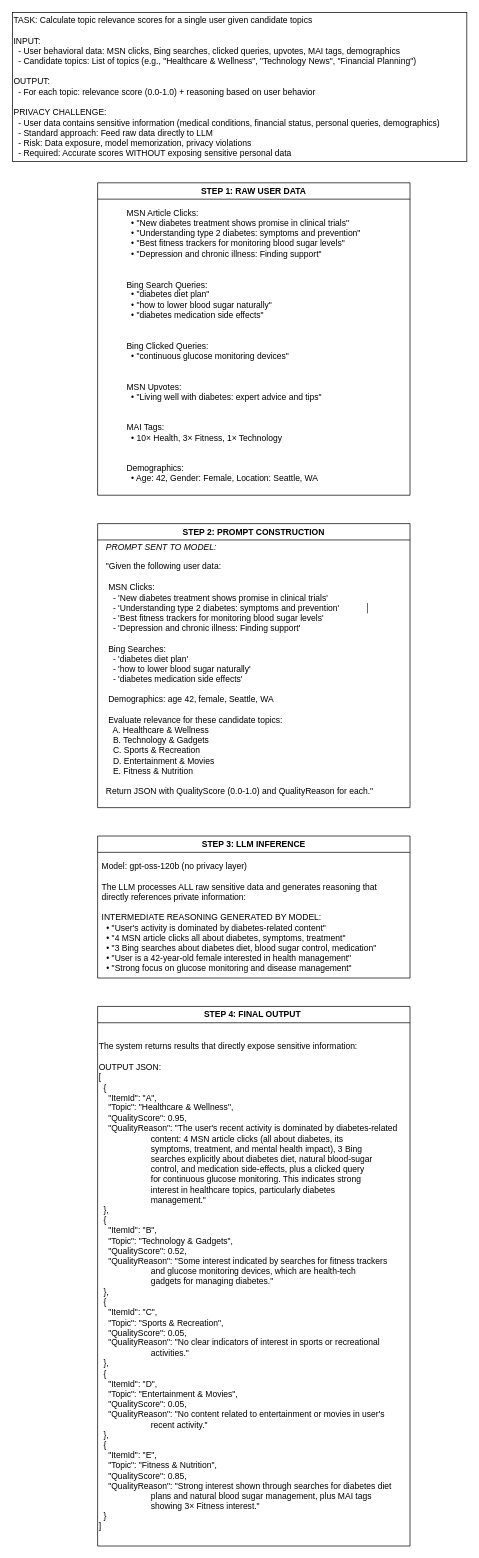
The draw.io diagram examples/no_privacy_pipeline.drawio in overwindows/ensemble_privacy_pipeline, before the edit. Source tidied: cells renumbered, new cells numbered last; positions are measured from the earlier drawing's top-left corner, leaving out a move shared by most shapes. Both pictures are drawn from the tidied source at 71%, with x=0, y=0 at pixel (12, 12).
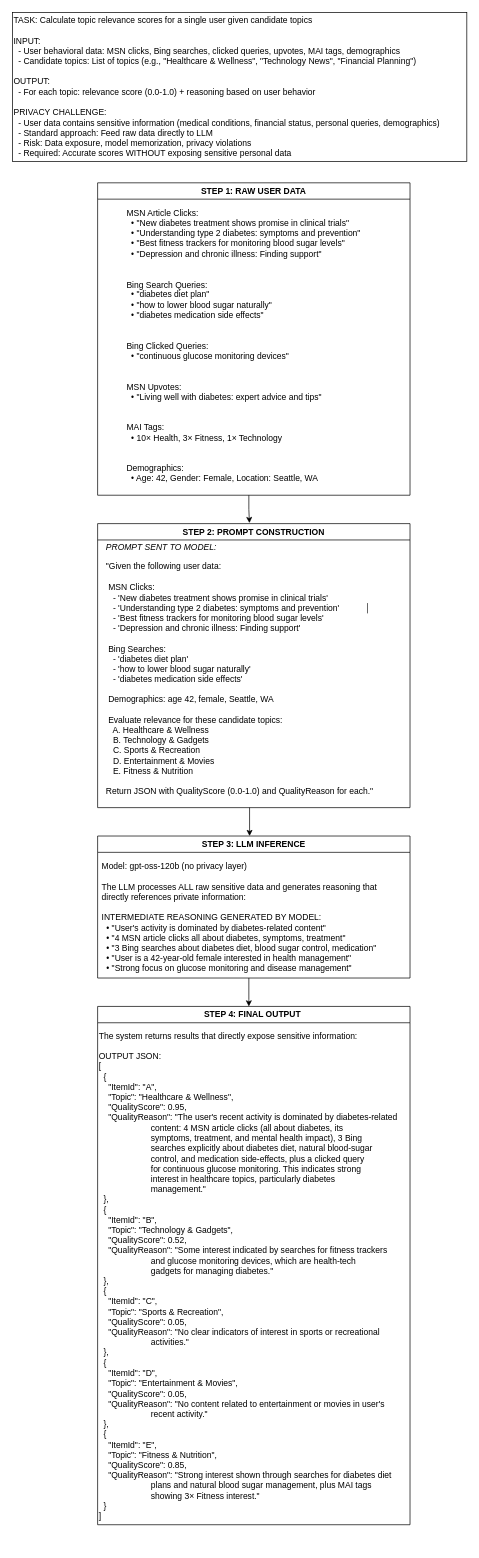
The same page after the edit.

Change to the diagram source:
```diff
@@
 <mxGraphModel>
   <root>
     <mxCell id="0" />
     <mxCell id="1" parent="0" />
     <mxCell id="2" value="&lt;div&gt;TASK: Calculate topic relevance scores for a single user given candidate topics&lt;/div&gt;&lt;div&gt;&lt;br&gt;&lt;/div&gt;&lt;div&gt;INPUT:&lt;/div&gt;&lt;div&gt;&amp;nbsp; - User behavioral data: MSN clicks, Bing searches, clicked queries, upvotes,&amp;nbsp;&lt;span style=&quot;background-color: transparent; color: light-dark(rgb(0, 0, 0), rgb(255, 255, 255));&quot;&gt;MAI tags, demographics&lt;/span&gt;&lt;/div&gt;&lt;div&gt;&amp;nbsp; - Candidate topics: List of topics (e.g., &quot;Healthcare &amp;amp; Wellness&quot;,&amp;nbsp;&lt;span style=&quot;background-color: transparent; color: light-dark(rgb(0, 0, 0), rgb(255, 255, 255));&quot;&gt;&quot;Technology News&quot;, &quot;Financial Planning&quot;)&lt;/span&gt;&lt;/div&gt;&lt;div&gt;&lt;br&gt;&lt;/div&gt;&lt;div&gt;OUTPUT:&lt;/div&gt;&lt;div&gt;&amp;nbsp; - For each topic: relevance score (0.0-1.0) + reasoning based on user behavior&lt;/div&gt;&lt;div&gt;&lt;br&gt;&lt;/div&gt;&lt;div&gt;PRIVACY CHALLENGE:&lt;/div&gt;&lt;div&gt;&amp;nbsp; - User data contains sensitive information (medical conditions, financial&amp;nbsp;&lt;span style=&quot;background-color: transparent; color: light-dark(rgb(0, 0, 0), rgb(255, 255, 255));&quot;&gt;status, personal queries, demographics)&lt;/span&gt;&lt;/div&gt;&lt;div&gt;&amp;nbsp; - Standard approach: Feed raw data directly to LLM&lt;/div&gt;&lt;div&gt;&amp;nbsp; - Risk: Data exposure, model memorization, privacy violations&lt;/div&gt;&lt;div&gt;&amp;nbsp; - Required: Accurate scores WITHOUT exposing sensitive personal data&lt;/div&gt;" style="rounded=0;whiteSpace=wrap;html=1;align=left;" parent="1" vertex="1">
       <mxGeometry width="640" height="210" as="geometry" />
     </mxCell>
     <mxCell id="3" value="STEP 1: RAW USER DATA" style="swimlane;whiteSpace=wrap;html=1;" parent="1" vertex="1">
       <mxGeometry x="120" y="240" width="440" height="440" as="geometry" />
     </mxCell>
     <mxCell id="4" value="MSN Article Clicks:&#10;&amp;nbsp; • &quot;New diabetes treatment shows promise in clinical trials&quot;&#10;&amp;nbsp; • &quot;Understanding type 2 diabetes: symptoms and prevention&quot;&#10;&amp;nbsp; • &quot;Best fitness trackers for monitoring blood sugar levels&quot;&#10;&amp;nbsp; • &quot;Depression and chronic illness: Finding support&quot;&#10;&#10;&#10;Bing Search Queries:&#10;&amp;nbsp; • &quot;diabetes diet plan&quot;&#10;&amp;nbsp; • &quot;how to lower blood sugar naturally&quot;&#10;&amp;nbsp; • &quot;diabetes medication side effects&quot;&#10;&#10;&#10;Bing Clicked Queries:&#10;&amp;nbsp; • &quot;continuous glucose monitoring devices&quot;&#10;&#10;&#10;MSN Upvotes:&#10;&amp;nbsp; • &quot;Living well with diabetes: expert advice and tips&quot;&#10;&#10;&#10;MAI Tags:&#10;&amp;nbsp; • 10× Health, 3× Fitness, 1× Technology&#10;&#10;&#10;Demographics:&#10;&amp;nbsp; • Age: 42, Gender: Female, Location: Seattle, WA" style="text;html=1;align=left;verticalAlign=middle;strokeColor=none;fillColor=none;" parent="1" vertex="1">
       <mxGeometry x="159" y="270" width="350" height="400" as="geometry" />
     </mxCell>
     <mxCell id="5" value="STEP 2: PROMPT CONSTRUCTION" style="swimlane;whiteSpace=wrap;html=1;align=center;" parent="1" vertex="1">
       <mxGeometry x="120" y="720" width="440" height="400" as="geometry" />
     </mxCell>
     <mxCell id="6" value="&lt;div&gt;&lt;i&gt;&amp;nbsp; &amp;nbsp;PROMPT SENT TO MODEL:&amp;nbsp; &amp;nbsp; &amp;nbsp; &amp;nbsp; &amp;nbsp; &amp;nbsp; &amp;nbsp; &amp;nbsp; &amp;nbsp; &amp;nbsp; &amp;nbsp; &amp;nbsp; &amp;nbsp; &amp;nbsp; &amp;nbsp; &amp;nbsp; &amp;nbsp; &amp;nbsp; &amp;nbsp; &amp;nbsp; &amp;nbsp; &amp;nbsp; &amp;nbsp; &amp;nbsp; &amp;nbsp;&amp;nbsp;&lt;/i&gt;&lt;/div&gt;&lt;div&gt;&amp;nbsp; &amp;nbsp; &amp;nbsp; &amp;nbsp; &amp;nbsp; &amp;nbsp; &amp;nbsp; &amp;nbsp; &amp;nbsp; &amp;nbsp; &amp;nbsp; &amp;nbsp; &amp;nbsp; &amp;nbsp; &amp;nbsp; &amp;nbsp; &amp;nbsp; &amp;nbsp; &amp;nbsp; &amp;nbsp; &amp;nbsp; &amp;nbsp; &amp;nbsp; &amp;nbsp; &amp;nbsp; &amp;nbsp; &amp;nbsp; &amp;nbsp; &amp;nbsp; &amp;nbsp; &amp;nbsp; &amp;nbsp; &amp;nbsp; &amp;nbsp; &amp;nbsp; &amp;nbsp; &amp;nbsp;&amp;nbsp;&lt;/div&gt;&lt;div&gt;&amp;nbsp; &amp;nbsp;&quot;Given the following user data:&amp;nbsp; &amp;nbsp; &amp;nbsp; &amp;nbsp; &amp;nbsp; &amp;nbsp; &amp;nbsp; &amp;nbsp; &amp;nbsp; &amp;nbsp; &amp;nbsp; &amp;nbsp; &amp;nbsp; &amp;nbsp; &amp;nbsp; &amp;nbsp; &amp;nbsp; &amp;nbsp; &amp;nbsp; &amp;nbsp; &amp;nbsp;&lt;/div&gt;&lt;div&gt;&amp;nbsp; &amp;nbsp; &amp;nbsp; &amp;nbsp; &amp;nbsp; &amp;nbsp; &amp;nbsp; &amp;nbsp; &amp;nbsp; &amp;nbsp; &amp;nbsp; &amp;nbsp; &amp;nbsp; &amp;nbsp; &amp;nbsp; &amp;nbsp; &amp;nbsp; &amp;nbsp; &amp;nbsp; &amp;nbsp; &amp;nbsp; &amp;nbsp; &amp;nbsp; &amp;nbsp; &amp;nbsp; &amp;nbsp; &amp;nbsp; &amp;nbsp; &amp;nbsp; &amp;nbsp; &amp;nbsp; &amp;nbsp; &amp;nbsp; &amp;nbsp; &amp;nbsp; &amp;nbsp; &amp;nbsp;&amp;nbsp;&lt;/div&gt;&lt;div&gt;&amp;nbsp; &amp;nbsp; MSN Clicks:&amp;nbsp; &amp;nbsp; &amp;nbsp; &amp;nbsp; &amp;nbsp; &amp;nbsp; &amp;nbsp; &amp;nbsp; &amp;nbsp; &amp;nbsp; &amp;nbsp; &amp;nbsp; &amp;nbsp; &amp;nbsp; &amp;nbsp; &amp;nbsp; &amp;nbsp; &amp;nbsp; &amp;nbsp; &amp;nbsp; &amp;nbsp; &amp;nbsp; &amp;nbsp; &amp;nbsp; &amp;nbsp; &amp;nbsp; &amp;nbsp; &amp;nbsp; &amp;nbsp; &amp;nbsp;&amp;nbsp;&lt;/div&gt;&lt;div&gt;&amp;nbsp; &amp;nbsp; &amp;nbsp; - 'New diabetes treatment shows promise in clinical trials'&amp;nbsp; &amp;nbsp; &amp;nbsp; &amp;nbsp; &amp;nbsp;&amp;nbsp;&lt;/div&gt;&lt;div&gt;&amp;nbsp; &amp;nbsp; &amp;nbsp; - 'Understanding type 2 diabetes: symptoms and prevention'&amp;nbsp; &amp;nbsp; &amp;nbsp; &amp;nbsp; &amp;nbsp; &amp;nbsp;│&lt;/div&gt;&lt;div&gt;&amp;nbsp; &amp;nbsp; &amp;nbsp; - 'Best fitness trackers for monitoring blood sugar levels'&amp;nbsp; &amp;nbsp; &amp;nbsp; &amp;nbsp; &amp;nbsp;&amp;nbsp;&lt;/div&gt;&lt;div&gt;&amp;nbsp; &amp;nbsp; &amp;nbsp; - 'Depression and chronic illness: Finding support'&amp;nbsp; &amp;nbsp; &amp;nbsp; &amp;nbsp; &amp;nbsp; &amp;nbsp; &amp;nbsp; &amp;nbsp; &amp;nbsp;&amp;nbsp;&lt;/div&gt;&lt;div&gt;&amp;nbsp; &amp;nbsp; &amp;nbsp; &amp;nbsp; &amp;nbsp; &amp;nbsp; &amp;nbsp; &amp;nbsp; &amp;nbsp; &amp;nbsp; &amp;nbsp; &amp;nbsp; &amp;nbsp; &amp;nbsp; &amp;nbsp; &amp;nbsp; &amp;nbsp; &amp;nbsp; &amp;nbsp; &amp;nbsp; &amp;nbsp; &amp;nbsp; &amp;nbsp; &amp;nbsp; &amp;nbsp; &amp;nbsp; &amp;nbsp; &amp;nbsp; &amp;nbsp; &amp;nbsp; &amp;nbsp; &amp;nbsp; &amp;nbsp; &amp;nbsp; &amp;nbsp; &amp;nbsp; &amp;nbsp; &amp;nbsp;&lt;/div&gt;&lt;div&gt;&amp;nbsp; &amp;nbsp; Bing Searches:&amp;nbsp; &amp;nbsp; &amp;nbsp; &amp;nbsp; &amp;nbsp; &amp;nbsp; &amp;nbsp; &amp;nbsp; &amp;nbsp; &amp;nbsp; &amp;nbsp; &amp;nbsp; &amp;nbsp; &amp;nbsp; &amp;nbsp; &amp;nbsp; &amp;nbsp; &amp;nbsp; &amp;nbsp; &amp;nbsp; &amp;nbsp; &amp;nbsp; &amp;nbsp; &amp;nbsp; &amp;nbsp; &amp;nbsp; &amp;nbsp; &amp;nbsp; &amp;nbsp;&lt;/div&gt;&lt;div&gt;&amp;nbsp; &amp;nbsp; &amp;nbsp; - 'diabetes diet plan'&amp;nbsp; &amp;nbsp; &amp;nbsp; &amp;nbsp; &amp;nbsp; &amp;nbsp; &amp;nbsp; &amp;nbsp; &amp;nbsp; &amp;nbsp; &amp;nbsp; &amp;nbsp; &amp;nbsp; &amp;nbsp; &amp;nbsp; &amp;nbsp; &amp;nbsp; &amp;nbsp; &amp;nbsp; &amp;nbsp; &amp;nbsp; &amp;nbsp; &amp;nbsp; &amp;nbsp;&lt;/div&gt;&lt;div&gt;&amp;nbsp; &amp;nbsp; &amp;nbsp; - 'how to lower blood sugar naturally'&amp;nbsp; &amp;nbsp; &amp;nbsp; &amp;nbsp; &amp;nbsp; &amp;nbsp; &amp;nbsp; &amp;nbsp; &amp;nbsp; &amp;nbsp; &amp;nbsp; &amp;nbsp; &amp;nbsp; &amp;nbsp; &amp;nbsp; &amp;nbsp;&lt;/div&gt;&lt;div&gt;&amp;nbsp; &amp;nbsp; &amp;nbsp; - 'diabetes medication side effects'&amp;nbsp; &amp;nbsp; &amp;nbsp; &amp;nbsp; &amp;nbsp; &amp;nbsp; &amp;nbsp; &amp;nbsp; &amp;nbsp; &amp;nbsp; &amp;nbsp; &amp;nbsp; &amp;nbsp; &amp;nbsp; &amp;nbsp; &amp;nbsp; &amp;nbsp;&lt;/div&gt;&lt;div&gt;&amp;nbsp; &amp;nbsp; &amp;nbsp; &amp;nbsp; &amp;nbsp; &amp;nbsp; &amp;nbsp; &amp;nbsp; &amp;nbsp; &amp;nbsp; &amp;nbsp; &amp;nbsp; &amp;nbsp; &amp;nbsp; &amp;nbsp; &amp;nbsp; &amp;nbsp; &amp;nbsp; &amp;nbsp; &amp;nbsp; &amp;nbsp; &amp;nbsp; &amp;nbsp; &amp;nbsp; &amp;nbsp; &amp;nbsp; &amp;nbsp; &amp;nbsp; &amp;nbsp; &amp;nbsp; &amp;nbsp; &amp;nbsp; &amp;nbsp; &amp;nbsp; &amp;nbsp; &amp;nbsp; &amp;nbsp; &amp;nbsp;&lt;/div&gt;&lt;div&gt;&amp;nbsp; &amp;nbsp; Demographics: age 42, female, Seattle, WA&amp;nbsp; &amp;nbsp; &amp;nbsp; &amp;nbsp; &amp;nbsp; &amp;nbsp; &amp;nbsp; &amp;nbsp; &amp;nbsp; &amp;nbsp; &amp;nbsp; &amp;nbsp; &amp;nbsp; &amp;nbsp; &amp;nbsp;&amp;nbsp;&lt;/div&gt;&lt;div&gt;&amp;nbsp; &amp;nbsp; &amp;nbsp; &amp;nbsp; &amp;nbsp; &amp;nbsp; &amp;nbsp; &amp;nbsp; &amp;nbsp; &amp;nbsp; &amp;nbsp; &amp;nbsp; &amp;nbsp; &amp;nbsp; &amp;nbsp; &amp;nbsp; &amp;nbsp; &amp;nbsp; &amp;nbsp; &amp;nbsp; &amp;nbsp; &amp;nbsp; &amp;nbsp; &amp;nbsp; &amp;nbsp; &amp;nbsp; &amp;nbsp; &amp;nbsp; &amp;nbsp; &amp;nbsp; &amp;nbsp; &amp;nbsp; &amp;nbsp; &amp;nbsp; &amp;nbsp; &amp;nbsp; &amp;nbsp; &amp;nbsp;&lt;/div&gt;&lt;div&gt;&amp;nbsp; &amp;nbsp; Evaluate relevance for these candidate topics:&amp;nbsp; &amp;nbsp; &amp;nbsp; &amp;nbsp; &amp;nbsp; &amp;nbsp; &amp;nbsp; &amp;nbsp; &amp;nbsp; &amp;nbsp; &amp;nbsp; &amp;nbsp; &amp;nbsp;&lt;/div&gt;&lt;div&gt;&amp;nbsp; &amp;nbsp; &amp;nbsp; A. Healthcare &amp;amp; Wellness&amp;nbsp; &amp;nbsp; &amp;nbsp; &amp;nbsp; &amp;nbsp; &amp;nbsp; &amp;nbsp; &amp;nbsp; &amp;nbsp; &amp;nbsp; &amp;nbsp; &amp;nbsp; &amp;nbsp; &amp;nbsp; &amp;nbsp; &amp;nbsp; &amp;nbsp; &amp;nbsp; &amp;nbsp; &amp;nbsp; &amp;nbsp; &amp;nbsp; &amp;nbsp;&lt;/div&gt;&lt;div&gt;&amp;nbsp; &amp;nbsp; &amp;nbsp; B. Technology &amp;amp; Gadgets&amp;nbsp; &amp;nbsp; &amp;nbsp; &amp;nbsp; &amp;nbsp; &amp;nbsp; &amp;nbsp; &amp;nbsp; &amp;nbsp; &amp;nbsp; &amp;nbsp; &amp;nbsp; &amp;nbsp; &amp;nbsp; &amp;nbsp; &amp;nbsp; &amp;nbsp; &amp;nbsp; &amp;nbsp; &amp;nbsp; &amp;nbsp; &amp;nbsp; &amp;nbsp;&amp;nbsp;&lt;/div&gt;&lt;div&gt;&amp;nbsp; &amp;nbsp; &amp;nbsp; C. Sports &amp;amp; Recreation&amp;nbsp; &amp;nbsp; &amp;nbsp; &amp;nbsp; &amp;nbsp; &amp;nbsp; &amp;nbsp; &amp;nbsp; &amp;nbsp; &amp;nbsp; &amp;nbsp; &amp;nbsp; &amp;nbsp; &amp;nbsp; &amp;nbsp; &amp;nbsp; &amp;nbsp; &amp;nbsp; &amp;nbsp; &amp;nbsp; &amp;nbsp; &amp;nbsp; &amp;nbsp; &amp;nbsp;&lt;/div&gt;&lt;div&gt;&amp;nbsp; &amp;nbsp; &amp;nbsp; D. Entertainment &amp;amp; Movies&amp;nbsp; &amp;nbsp; &amp;nbsp; &amp;nbsp; &amp;nbsp; &amp;nbsp; &amp;nbsp; &amp;nbsp; &amp;nbsp; &amp;nbsp; &amp;nbsp; &amp;nbsp; &amp;nbsp; &amp;nbsp; &amp;nbsp; &amp;nbsp; &amp;nbsp; &amp;nbsp; &amp;nbsp; &amp;nbsp; &amp;nbsp; &amp;nbsp;&amp;nbsp;&lt;/div&gt;&lt;div&gt;&amp;nbsp; &amp;nbsp; &amp;nbsp; E. Fitness &amp;amp; Nutrition&amp;nbsp; &amp;nbsp; &amp;nbsp; &amp;nbsp; &amp;nbsp; &amp;nbsp; &amp;nbsp; &amp;nbsp; &amp;nbsp; &amp;nbsp; &amp;nbsp; &amp;nbsp; &amp;nbsp; &amp;nbsp; &amp;nbsp; &amp;nbsp; &amp;nbsp; &amp;nbsp; &amp;nbsp; &amp;nbsp; &amp;nbsp; &amp;nbsp; &amp;nbsp; &amp;nbsp;&lt;/div&gt;&lt;div&gt;&amp;nbsp; &amp;nbsp; &amp;nbsp; &amp;nbsp; &amp;nbsp; &amp;nbsp; &amp;nbsp; &amp;nbsp; &amp;nbsp; &amp;nbsp; &amp;nbsp; &amp;nbsp; &amp;nbsp; &amp;nbsp; &amp;nbsp; &amp;nbsp; &amp;nbsp; &amp;nbsp; &amp;nbsp; &amp;nbsp; &amp;nbsp; &amp;nbsp; &amp;nbsp; &amp;nbsp; &amp;nbsp; &amp;nbsp; &amp;nbsp; &amp;nbsp; &amp;nbsp; &amp;nbsp; &amp;nbsp; &amp;nbsp; &amp;nbsp; &amp;nbsp; &amp;nbsp; &amp;nbsp; &amp;nbsp; &amp;nbsp;&lt;/div&gt;&lt;div&gt;&amp;nbsp; &amp;nbsp;Return JSON with QualityScore (0.0-1.0) and QualityReason for each.&quot;&amp;nbsp;&lt;/div&gt;" style="text;html=1;align=left;verticalAlign=middle;whiteSpace=wrap;rounded=0;" parent="5" vertex="1">
       <mxGeometry y="30" width="410" height="350" as="geometry" />
     </mxCell>
     <mxCell id="7" value="STEP 3: LLM INFERENCE" style="swimlane;whiteSpace=wrap;html=1;" parent="1" vertex="1">
       <mxGeometry x="120" y="1160" width="440" height="200" as="geometry" />
     </mxCell>
     <mxCell id="8" value="&lt;div&gt;Model: gpt-oss-120b (no privacy layer)&lt;/div&gt;&lt;div&gt;&lt;br&gt;&lt;/div&gt;&lt;div&gt;The LLM processes ALL raw sensitive data and generates reasoning that directly&amp;nbsp;&lt;span style=&quot;background-color: transparent; color: light-dark(rgb(0, 0, 0), rgb(255, 255, 255));&quot;&gt;references private information:&lt;/span&gt;&lt;/div&gt;&lt;div&gt;&lt;br&gt;&lt;/div&gt;&lt;div&gt;INTERMEDIATE REASONING GENERATED BY MODEL:&lt;/div&gt;&lt;div&gt;&amp;nbsp; • &quot;User's activity is dominated by diabetes-related content&quot;&lt;/div&gt;&lt;div&gt;&amp;nbsp; • &quot;4 MSN article clicks all about diabetes, symptoms, treatment&quot;&lt;/div&gt;&lt;div&gt;&amp;nbsp; • &quot;3 Bing searches about diabetes diet, blood sugar control, medication&quot;&lt;/div&gt;&lt;div&gt;&amp;nbsp; • &quot;User is a 42-year-old female interested in health management&quot;&lt;/div&gt;&lt;div&gt;&amp;nbsp; • &quot;Strong focus on glucose monitoring and disease management&quot;&lt;/div&gt;" style="text;html=1;align=left;verticalAlign=middle;whiteSpace=wrap;rounded=0;" parent="7" vertex="1">
       <mxGeometry x="4" y="100" width="420" height="30" as="geometry" />
     </mxCell>
     <mxCell id="9" value="STEP 4: FINAL OUTPUT&amp;nbsp;" style="swimlane;whiteSpace=wrap;html=1;" parent="1" vertex="1">
-      <mxGeometry x="120" y="1400" width="440" height="760" as="geometry" />
+      <mxGeometry x="120" y="1400" width="440" height="730" as="geometry" />
     </mxCell>
     <mxCell id="10" value="&lt;div&gt;The system returns results that directly expose sensitive information:&lt;/div&gt;&lt;div&gt;&lt;br&gt;&lt;/div&gt;&lt;div&gt;OUTPUT JSON:&lt;/div&gt;&lt;div&gt;[&lt;/div&gt;&lt;div&gt;&amp;nbsp; {&lt;/div&gt;&lt;div&gt;&amp;nbsp; &amp;nbsp; &quot;ItemId&quot;: &quot;A&quot;,&lt;/div&gt;&lt;div&gt;&amp;nbsp; &amp;nbsp; &quot;Topic&quot;: &quot;Healthcare &amp;amp; Wellness&quot;,&lt;/div&gt;&lt;div&gt;&amp;nbsp; &amp;nbsp; &quot;QualityScore&quot;: 0.95,&lt;/div&gt;&lt;div&gt;&amp;nbsp; &amp;nbsp; &quot;QualityReason&quot;: &quot;The user's recent activity is dominated by diabetes-related&lt;/div&gt;&lt;div&gt;&amp;nbsp; &amp;nbsp; &amp;nbsp; &amp;nbsp; &amp;nbsp; &amp;nbsp; &amp;nbsp; &amp;nbsp; &amp;nbsp; &amp;nbsp; &amp;nbsp; content: 4 MSN article clicks (all about diabetes, its&lt;/div&gt;&lt;div&gt;&amp;nbsp; &amp;nbsp; &amp;nbsp; &amp;nbsp; &amp;nbsp; &amp;nbsp; &amp;nbsp; &amp;nbsp; &amp;nbsp; &amp;nbsp; &amp;nbsp; symptoms, treatment, and mental health impact), 3 Bing&lt;/div&gt;&lt;div&gt;&amp;nbsp; &amp;nbsp; &amp;nbsp; &amp;nbsp; &amp;nbsp; &amp;nbsp; &amp;nbsp; &amp;nbsp; &amp;nbsp; &amp;nbsp; &amp;nbsp; searches explicitly about diabetes diet, natural blood-sugar&lt;/div&gt;&lt;div&gt;&amp;nbsp; &amp;nbsp; &amp;nbsp; &amp;nbsp; &amp;nbsp; &amp;nbsp; &amp;nbsp; &amp;nbsp; &amp;nbsp; &amp;nbsp; &amp;nbsp; control, and medication side-effects, plus a clicked query&lt;/div&gt;&lt;div&gt;&amp;nbsp; &amp;nbsp; &amp;nbsp; &amp;nbsp; &amp;nbsp; &amp;nbsp; &amp;nbsp; &amp;nbsp; &amp;nbsp; &amp;nbsp; &amp;nbsp; for continuous glucose monitoring. This indicates strong&lt;/div&gt;&lt;div&gt;&amp;nbsp; &amp;nbsp; &amp;nbsp; &amp;nbsp; &amp;nbsp; &amp;nbsp; &amp;nbsp; &amp;nbsp; &amp;nbsp; &amp;nbsp; &amp;nbsp; interest in healthcare topics, particularly diabetes&lt;/div&gt;&lt;div&gt;&amp;nbsp; &amp;nbsp; &amp;nbsp; &amp;nbsp; &amp;nbsp; &amp;nbsp; &amp;nbsp; &amp;nbsp; &amp;nbsp; &amp;nbsp; &amp;nbsp; management.&quot;&lt;/div&gt;&lt;div&gt;&amp;nbsp; },&lt;/div&gt;&lt;div&gt;&amp;nbsp; {&lt;/div&gt;&lt;div&gt;&amp;nbsp; &amp;nbsp; &quot;ItemId&quot;: &quot;B&quot;,&lt;/div&gt;&lt;div&gt;&amp;nbsp; &amp;nbsp; &quot;Topic&quot;: &quot;Technology &amp;amp; Gadgets&quot;,&lt;/div&gt;&lt;div&gt;&amp;nbsp; &amp;nbsp; &quot;QualityScore&quot;: 0.52,&lt;/div&gt;&lt;div&gt;&amp;nbsp; &amp;nbsp; &quot;QualityReason&quot;: &quot;Some interest indicated by searches for fitness trackers&lt;/div&gt;&lt;div&gt;&amp;nbsp; &amp;nbsp; &amp;nbsp; &amp;nbsp; &amp;nbsp; &amp;nbsp; &amp;nbsp; &amp;nbsp; &amp;nbsp; &amp;nbsp; &amp;nbsp; and glucose monitoring devices, which are health-tech&lt;/div&gt;&lt;div&gt;&amp;nbsp; &amp;nbsp; &amp;nbsp; &amp;nbsp; &amp;nbsp; &amp;nbsp; &amp;nbsp; &amp;nbsp; &amp;nbsp; &amp;nbsp; &amp;nbsp; gadgets for managing diabetes.&quot;&lt;/div&gt;&lt;div&gt;&amp;nbsp; },&lt;/div&gt;&lt;div&gt;&amp;nbsp; {&lt;/div&gt;&lt;div&gt;&amp;nbsp; &amp;nbsp; &quot;ItemId&quot;: &quot;C&quot;,&lt;/div&gt;&lt;div&gt;&amp;nbsp; &amp;nbsp; &quot;Topic&quot;: &quot;Sports &amp;amp; Recreation&quot;,&lt;/div&gt;&lt;div&gt;&amp;nbsp; &amp;nbsp; &quot;QualityScore&quot;: 0.05,&lt;/div&gt;&lt;div&gt;&amp;nbsp; &amp;nbsp; &quot;QualityReason&quot;: &quot;No clear indicators of interest in sports or recreational&lt;/div&gt;&lt;div&gt;&amp;nbsp; &amp;nbsp; &amp;nbsp; &amp;nbsp; &amp;nbsp; &amp;nbsp; &amp;nbsp; &amp;nbsp; &amp;nbsp; &amp;nbsp; &amp;nbsp; activities.&quot;&lt;/div&gt;&lt;div&gt;&amp;nbsp; },&lt;/div&gt;&lt;div&gt;&amp;nbsp; {&lt;/div&gt;&lt;div&gt;&amp;nbsp; &amp;nbsp; &quot;ItemId&quot;: &quot;D&quot;,&lt;/div&gt;&lt;div&gt;&amp;nbsp; &amp;nbsp; &quot;Topic&quot;: &quot;Entertainment &amp;amp; Movies&quot;,&lt;/div&gt;&lt;div&gt;&amp;nbsp; &amp;nbsp; &quot;QualityScore&quot;: 0.05,&lt;/div&gt;&lt;div&gt;&amp;nbsp; &amp;nbsp; &quot;QualityReason&quot;: &quot;No content related to entertainment or movies in user's&lt;/div&gt;&lt;div&gt;&amp;nbsp; &amp;nbsp; &amp;nbsp; &amp;nbsp; &amp;nbsp; &amp;nbsp; &amp;nbsp; &amp;nbsp; &amp;nbsp; &amp;nbsp; &amp;nbsp; recent activity.&quot;&lt;/div&gt;&lt;div&gt;&amp;nbsp; },&lt;/div&gt;&lt;div&gt;&amp;nbsp; {&lt;/div&gt;&lt;div&gt;&amp;nbsp; &amp;nbsp; &quot;ItemId&quot;: &quot;E&quot;,&lt;/div&gt;&lt;div&gt;&amp;nbsp; &amp;nbsp; &quot;Topic&quot;: &quot;Fitness &amp;amp; Nutrition&quot;,&lt;/div&gt;&lt;div&gt;&amp;nbsp; &amp;nbsp; &quot;QualityScore&quot;: 0.85,&lt;/div&gt;&lt;div&gt;&amp;nbsp; &amp;nbsp; &quot;QualityReason&quot;: &quot;Strong interest shown through searches for diabetes diet&lt;/div&gt;&lt;div&gt;&amp;nbsp; &amp;nbsp; &amp;nbsp; &amp;nbsp; &amp;nbsp; &amp;nbsp; &amp;nbsp; &amp;nbsp; &amp;nbsp; &amp;nbsp; &amp;nbsp; plans and natural blood sugar management, plus MAI tags&lt;/div&gt;&lt;div&gt;&amp;nbsp; &amp;nbsp; &amp;nbsp; &amp;nbsp; &amp;nbsp; &amp;nbsp; &amp;nbsp; &amp;nbsp; &amp;nbsp; &amp;nbsp; &amp;nbsp; showing 3× Fitness interest.&quot;&lt;/div&gt;&lt;div&gt;&amp;nbsp; }&lt;/div&gt;&lt;div&gt;]&lt;/div&gt;" style="text;html=1;align=left;verticalAlign=middle;whiteSpace=wrap;rounded=0;" parent="9" vertex="1">
-      <mxGeometry y="30" width="440" height="730" as="geometry" />
+      <mxGeometry y="30" width="440" height="700" as="geometry" />
     </mxCell>
+    <mxCell id="11" style="endArrow=classic;html=1;rounded=0;entryX=0.486;entryY=-0.002;entryDx=0;entryDy=0;entryPerimeter=0;" parent="1" edge="1" target="5">
+      <mxGeometry relative="1" as="geometry">
+        <mxPoint x="333" y="680" as="sourcePoint" />
+        <Array as="points">
+          <mxPoint x="333" y="700" />
+        </Array>
+      </mxGeometry>
+    </mxCell>
+    <mxCell id="12" style="endArrow=classic;html=1;rounded=0;" parent="1" edge="1">
+      <mxGeometry relative="1" as="geometry">
+        <mxPoint x="334" y="1120" as="sourcePoint" />
+        <mxPoint x="334" y="1160" as="targetPoint" />
+        <Array as="points">
+          <mxPoint x="334" y="1150" />
+        </Array>
+      </mxGeometry>
+    </mxCell>
+    <mxCell id="13" style="endArrow=classic;html=1;rounded=0;" parent="1" edge="1">
+      <mxGeometry relative="1" as="geometry">
+        <mxPoint x="333" y="1360" as="sourcePoint" />
+        <mxPoint x="333" y="1400" as="targetPoint" />
+        <Array as="points">
+          <mxPoint x="333" y="1390" />
+        </Array>
+      </mxGeometry>
+    </mxCell>
   </root>
 </mxGraphModel>
```
